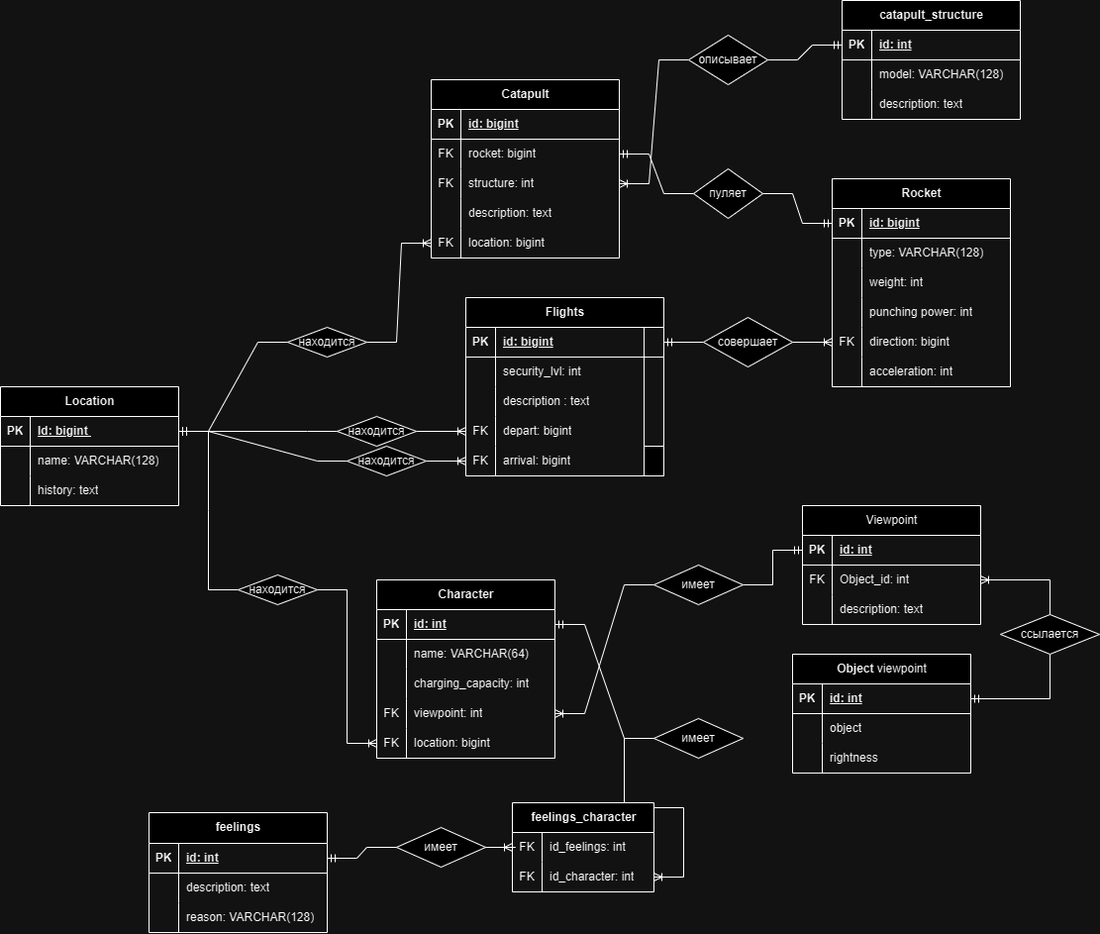
Before: БД_лаб1_д.drawio.png, a diagram exported from draw.io (medus04ka/DB_1). Source tidied: cells renumbered, new cells last; positions are measured from the earlier drawing's top-left corner, leaving out a move shared by most shapes.
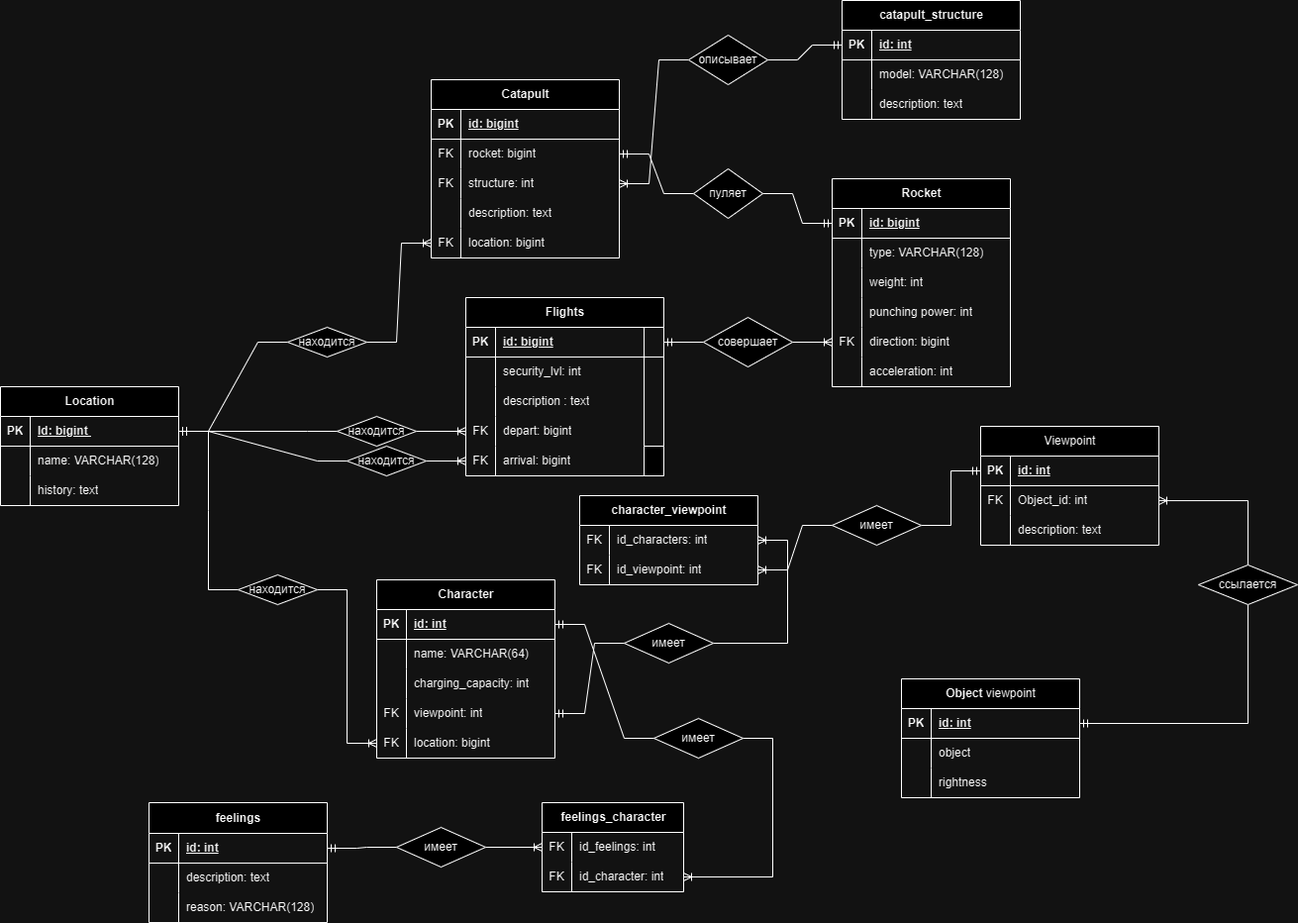
The same file after the commit.

What changed in the source:
```diff
@@ -255,7 +255,7 @@
       <mxGeometry relative="1" as="geometry" />
     </mxCell>
     <mxCell id="86" value="&lt;span style=&quot;font-weight: 400; text-align: left; text-wrap: wrap;&quot;&gt;Viewpoint&lt;/span&gt;" style="shape=table;startSize=30;rowLines=0;fontStyle=1;align=center;html=1;" parent="1" vertex="1">
-      <mxGeometry x="810" y="510" width="180" height="120" as="geometry" />
+      <mxGeometry x="990" y="430" width="180" height="120" as="geometry" />
     </mxCell>
     <mxCell id="87" style="shape=tableRow;horizontal=0;startSize=0;swimlaneHead=0;swimlaneBody=0;fillColor=none;points=[[0,0.5],[1,0.5]];portConstraint=eastwest;top=0;left=0;right=0;bottom=1;" parent="86" vertex="1">
       <mxGeometry y="30" width="180" height="30" as="geometry" />
@@ -284,11 +284,11 @@
     <mxCell id="95" value="description: text" style="shape=partialRectangle;fillColor=none;top=0;left=0;bottom=0;right=0;align=left;spacingLeft=6;overflow=hidden;whiteSpace=wrap;html=1;" parent="93" vertex="1">
       <mxGeometry x="30" width="150" height="30" as="geometry" />
     </mxCell>
-    <mxCell id="96" style="edgeStyle=entityRelationEdgeStyle;fontSize=12;html=1;endArrow=ERmandOne;startArrow=none;rounded=0;endFill=0;startFill=0;" parent="1" edge="1" source="153" target="87">
+    <mxCell id="96" style="edgeStyle=entityRelationEdgeStyle;fontSize=12;html=1;endArrow=ERoneToMany;startArrow=none;rounded=0;endFill=0;startFill=0;" parent="1" edge="1" source="153" target="161">
       <mxGeometry relative="1" as="geometry" />
     </mxCell>
     <mxCell id="97" value="Object&amp;nbsp;&lt;span style=&quot;font-weight: 400; text-align: left; text-wrap: wrap;&quot;&gt;viewpoint&lt;/span&gt;" style="shape=table;startSize=30;rowLines=0;fontStyle=1;align=center;html=1;" parent="1" vertex="1">
-      <mxGeometry x="800" y="660" width="180" height="120" as="geometry" />
+      <mxGeometry x="910" y="685" width="180" height="120" as="geometry" />
     </mxCell>
     <mxCell id="98" style="shape=tableRow;horizontal=0;startSize=0;swimlaneHead=0;swimlaneBody=0;fillColor=none;points=[[0,0.5],[1,0.5]];portConstraint=eastwest;top=0;left=0;right=0;bottom=1;" parent="97" vertex="1">
       <mxGeometry y="30" width="180" height="30" as="geometry" />
@@ -357,7 +357,7 @@
       <mxGeometry relative="1" as="geometry" />
     </mxCell>
     <mxCell id="120" value="feelings" style="shape=table;startSize=31;rowLines=0;fontStyle=1;align=center;html=1;" parent="1" vertex="1">
-      <mxGeometry x="150" y="820" width="180" height="121" as="geometry" />
+      <mxGeometry x="150" y="810" width="180" height="121" as="geometry" />
     </mxCell>
     <mxCell id="121" style="shape=tableRow;horizontal=0;startSize=0;swimlaneHead=0;swimlaneBody=0;fillColor=none;points=[[0,0.5],[1,0.5]];portConstraint=eastwest;top=0;left=0;right=0;bottom=1;" parent="120" vertex="1">
       <mxGeometry y="31" width="180" height="30" as="geometry" />
@@ -390,7 +390,7 @@
       <mxGeometry relative="1" as="geometry" />
     </mxCell>
     <mxCell id="131" value="feelings_character" style="shape=table;startSize=30;rowLines=0;fontStyle=1;align=center;html=1;" parent="1" vertex="1">
-      <mxGeometry x="517" y="810" width="143" height="90" as="geometry" />
+      <mxGeometry x="547" y="810" width="143" height="90" as="geometry" />
     </mxCell>
     <mxCell id="132" style="shape=tableRow;horizontal=0;startSize=0;swimlaneHead=0;swimlaneBody=0;fillColor=none;top=0;left=0;right=0;bottom=0;" parent="131" vertex="1">
       <mxGeometry y="30" width="143" height="30" as="geometry" />
@@ -452,17 +452,17 @@
     <mxCell id="151" value="находится" style="rhombus;whiteSpace=wrap;html=1;" parent="1" vertex="1">
       <mxGeometry x="240" y="580" width="80" height="30" as="geometry" />
     </mxCell>
-    <mxCell id="152" style="edgeStyle=entityRelationEdgeStyle;fontSize=12;html=1;endArrow=none;startArrow=ERoneToMany;rounded=0;endFill=0;startFill=0;" parent="1" edge="1" source="22" target="153">
+    <mxCell id="152" style="edgeStyle=entityRelationEdgeStyle;fontSize=12;html=1;endArrow=none;startArrow=ERmandOne;rounded=0;endFill=0;startFill=0;" parent="1" edge="1" source="22" target="153">
       <mxGeometry relative="1" as="geometry" />
     </mxCell>
     <mxCell id="153" value="имеет" style="rhombus;whiteSpace=wrap;html=1;" parent="1" vertex="1">
-      <mxGeometry x="660" y="570" width="90" height="40" as="geometry" />
+      <mxGeometry x="630" y="629" width="90" height="40" as="geometry" />
     </mxCell>
     <mxCell id="154" style="edgeStyle=orthogonalEdgeStyle;rounded=0;jettySize=auto;html=1;endArrow=none;endFill=0;startArrow=ERmandOne;startFill=0;" parent="1" edge="1" source="98" target="155">
       <mxGeometry relative="1" as="geometry" />
     </mxCell>
     <mxCell id="155" value="ссылается" style="rhombus;whiteSpace=wrap;html=1;" parent="1" vertex="1">
-      <mxGeometry x="1010" y="620" width="100" height="40" as="geometry" />
+      <mxGeometry x="1210" y="570" width="100" height="40" as="geometry" />
     </mxCell>
     <mxCell id="156" style="edgeStyle=entityRelationEdgeStyle;fontSize=12;html=1;endArrow=none;startArrow=ERmandOne;rounded=0;endFill=0;startFill=0;" parent="1" edge="1" source="13" target="157">
       <mxGeometry relative="1" as="geometry" />
@@ -476,5 +476,35 @@
     <mxCell id="159" value="имеет" style="rhombus;whiteSpace=wrap;html=1;" parent="1" vertex="1">
       <mxGeometry x="400" y="835" width="90" height="40" as="geometry" />
     </mxCell>
+    <mxCell id="160" value="character_viewpoint" style="shape=table;startSize=30;rowLines=0;fontStyle=1;align=center;html=1;" parent="1" vertex="1">
+      <mxGeometry x="585" y="500" width="180" height="90" as="geometry" />
+    </mxCell>
+    <mxCell id="161" style="shape=tableRow;horizontal=0;startSize=0;swimlaneHead=0;swimlaneBody=0;fillColor=none;points=[[0,0.5],[1,0.5]];portConstraint=eastwest;top=0;left=0;right=0;bottom=0;" parent="160" vertex="1">
+      <mxGeometry y="30" width="180" height="30" as="geometry" />
+    </mxCell>
+    <mxCell id="162" value="FK" style="shape=partialRectangle;fillColor=none;top=0;left=0;bottom=0;right=0;overflow=hidden;whiteSpace=wrap;html=1;" parent="161" vertex="1">
+      <mxGeometry width="30" height="30" as="geometry" />
+    </mxCell>
+    <mxCell id="163" value="id_characters: int" style="shape=partialRectangle;fillColor=none;top=0;left=0;bottom=0;right=0;align=left;spacingLeft=6;overflow=hidden;whiteSpace=wrap;html=1;" parent="161" vertex="1">
+      <mxGeometry x="30" width="150" height="30" as="geometry" />
+    </mxCell>
+    <mxCell id="164" style="shape=tableRow;horizontal=0;startSize=0;swimlaneHead=0;swimlaneBody=0;fillColor=none;points=[[0,0.5],[1,0.5]];portConstraint=eastwest;top=0;left=0;right=0;bottom=0;" parent="160" vertex="1">
+      <mxGeometry y="60" width="180" height="30" as="geometry" />
+    </mxCell>
+    <mxCell id="165" value="FK" style="shape=partialRectangle;fillColor=none;top=0;left=0;bottom=0;right=0;overflow=hidden;whiteSpace=wrap;html=1;" parent="164" vertex="1">
+      <mxGeometry width="30" height="30" as="geometry" />
+    </mxCell>
+    <mxCell id="166" value="id_viewpoint: int" style="shape=partialRectangle;fillColor=none;top=0;left=0;bottom=0;right=0;align=left;spacingLeft=6;overflow=hidden;whiteSpace=wrap;html=1;" parent="164" vertex="1">
+      <mxGeometry x="30" width="150" height="30" as="geometry" />
+    </mxCell>
+    <mxCell id="167" style="edgeStyle=entityRelationEdgeStyle;fontSize=12;html=1;endArrow=ERmandOne;startArrow=none;rounded=0;endFill=0;startFill=0;" parent="1" edge="1" source="169" target="87">
+      <mxGeometry relative="1" as="geometry" />
+    </mxCell>
+    <mxCell id="168" style="edgeStyle=entityRelationEdgeStyle;fontSize=12;html=1;endArrow=none;startArrow=ERoneToMany;rounded=0;endFill=0;" parent="1" edge="1" source="164" target="169">
+      <mxGeometry relative="1" as="geometry" />
+    </mxCell>
+    <mxCell id="169" value="имеет" style="rhombus;whiteSpace=wrap;html=1;" parent="1" vertex="1">
+      <mxGeometry x="840" y="510" width="90" height="40" as="geometry" />
+    </mxCell>
   </root>
 </mxGraphModel>
```
